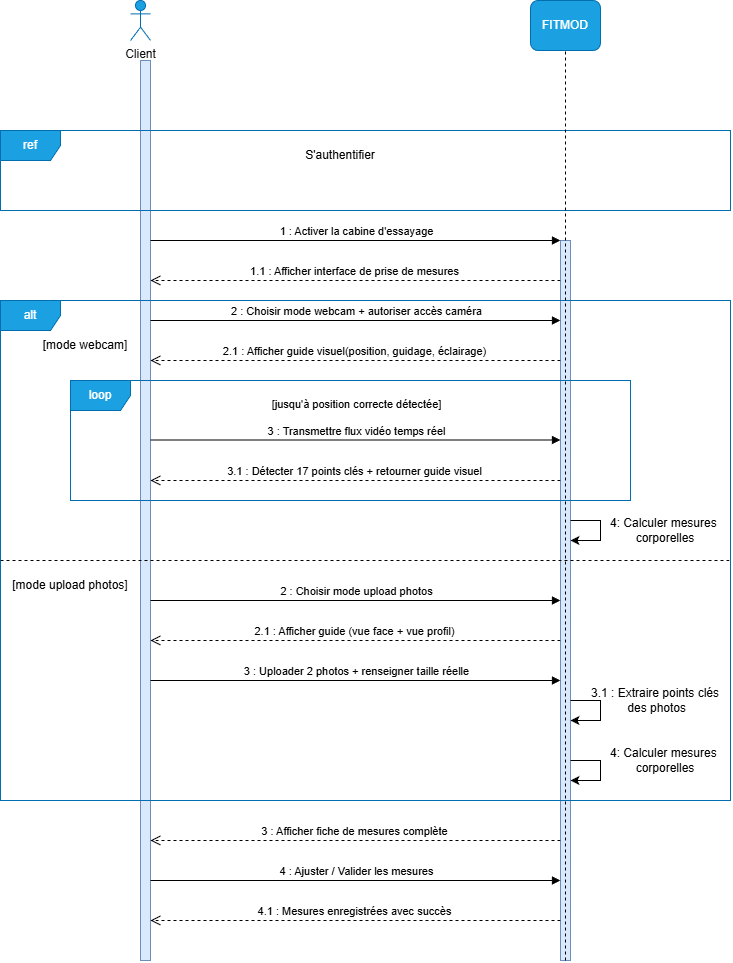
The draw.io diagram Prise_de_mesure_Sequence.png in Kim-SypherX/Soutenance, before a commit. Source tidied: cells renumbered, new cells last; positions are measured from the earlier drawing's top-left corner, leaving out a move shared by most shapes.
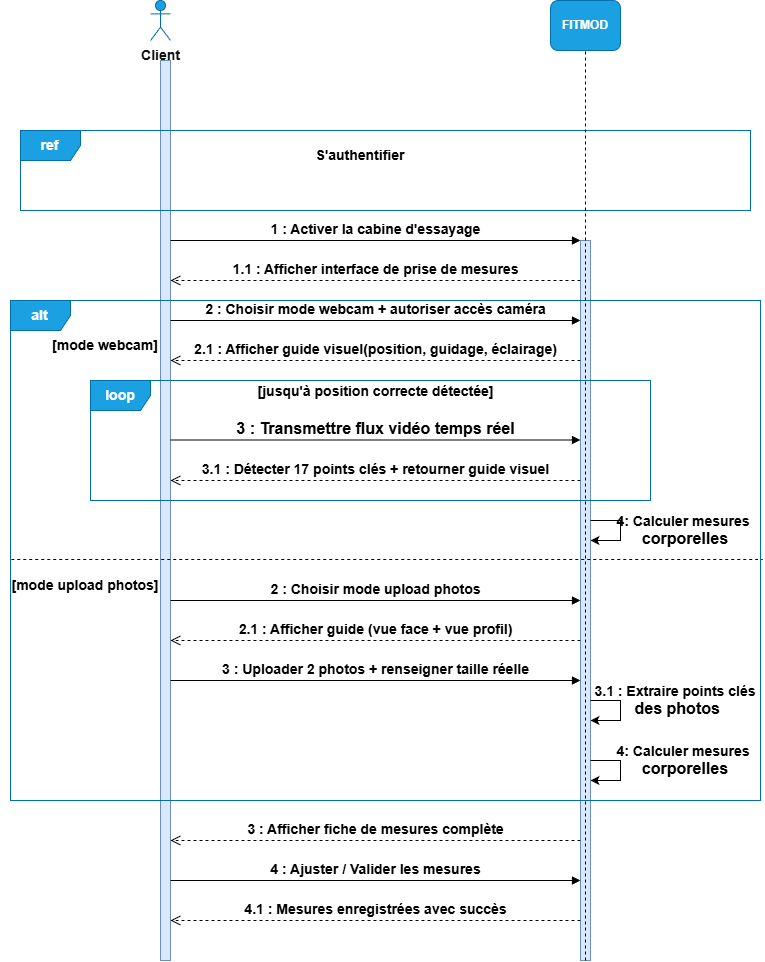
Above is the later version.

The edit, as a diff of the source:
```diff
@@ -8,53 +8,53 @@
     <mxCell id="3" style="html=1;points=[[0,0,0,0,5],[0,1,0,0,-5],[1,0,0,0,5],[1,1,0,0,-5]];perimeter=orthogonalPerimeter;outlineConnect=0;targetShapes=umlLifeline;portConstraint=eastwest;newEdgeStyle={&quot;curved&quot;:0,&quot;rounded&quot;:0};fillColor=#dae8fc;strokeColor=#6c8ebf;" parent="1" vertex="1">
       <mxGeometry x="560" y="240" width="10" height="720" as="geometry" />
     </mxCell>
-    <mxCell id="4" value="&lt;span style=&quot;color: rgb(17, 17, 17);&quot;&gt;Client&lt;/span&gt;" style="shape=umlActor;verticalLabelPosition=bottom;verticalAlign=top;html=1;fillColor=#1ba1e2;fontColor=#ffffff;strokeColor=#006EAF;" parent="1" vertex="1">
+    <mxCell id="4" value="&lt;span style=&quot;color: rgb(17, 17, 17);&quot;&gt;&lt;font style=&quot;font-size: 14px;&quot;&gt;&lt;b&gt;Client&lt;/b&gt;&lt;/font&gt;&lt;/span&gt;" style="shape=umlActor;verticalLabelPosition=bottom;verticalAlign=top;html=1;fillColor=#1ba1e2;fontColor=#ffffff;strokeColor=#006EAF;" parent="1" vertex="1">
       <mxGeometry x="130" width="20" height="40" as="geometry" />
     </mxCell>
-    <mxCell id="5" value="FITMOD" style="rounded=1;whiteSpace=wrap;html=1;fillColor=#1ba1e2;fontColor=#ffffff;strokeColor=#006EAF;" parent="1" vertex="1">
+    <mxCell id="5" value="&lt;font style=&quot;font-size: 12px;&quot;&gt;&lt;b&gt;FITMOD&lt;/b&gt;&lt;/font&gt;" style="rounded=1;whiteSpace=wrap;html=1;fillColor=#1ba1e2;fontColor=#ffffff;strokeColor=#006EAF;" parent="1" vertex="1">
       <mxGeometry x="530" width="70" height="50" as="geometry" />
     </mxCell>
-    <mxCell id="6" value="alt" style="shape=umlFrame;whiteSpace=wrap;html=1;fillColor=#1ba1e2;strokeColor=#006EAF;fontColor=#ffffff;" parent="1" vertex="1">
-      <mxGeometry y="300" width="730" height="500" as="geometry" />
+    <mxCell id="6" value="&lt;font style=&quot;font-size: 14px;&quot;&gt;&lt;b&gt;alt&lt;/b&gt;&lt;/font&gt;" style="shape=umlFrame;whiteSpace=wrap;html=1;fillColor=#1ba1e2;strokeColor=#006EAF;fontColor=#ffffff;" parent="1" vertex="1">
+      <mxGeometry x="-10" y="300" width="750" height="500" as="geometry" />
     </mxCell>
-    <mxCell id="7" value="S'authentifier" style="text;html=1;whiteSpace=wrap;strokeColor=none;fillColor=none;align=center;verticalAlign=middle;rounded=0;" parent="1" vertex="1">
+    <mxCell id="7" value="&lt;font style=&quot;font-size: 14px;&quot;&gt;&lt;b&gt;S'authentifier&lt;/b&gt;&lt;/font&gt;" style="text;html=1;whiteSpace=wrap;strokeColor=none;fillColor=none;align=center;verticalAlign=middle;rounded=0;" parent="1" vertex="1">
       <mxGeometry x="285" y="140" width="110" height="30" as="geometry" />
     </mxCell>
-    <mxCell id="8" value="1 : Activer la cabine d'essayage" style="html=1;verticalAlign=bottom;endArrow=block;curved=0;rounded=0;" parent="1" edge="1" target="3">
+    <mxCell id="8" value="&lt;b&gt;&lt;font style=&quot;font-size: 14px;&quot;&gt;1 : Activer la cabine d'essayage&lt;/font&gt;&lt;/b&gt;" style="html=1;verticalAlign=bottom;endArrow=block;curved=0;rounded=0;" parent="1" edge="1" target="3">
       <mxGeometry relative="1" as="geometry">
         <mxPoint x="150" y="240" as="sourcePoint" />
       </mxGeometry>
     </mxCell>
-    <mxCell id="9" value="1.1 : Afficher interface de prise de mesures" style="html=1;verticalAlign=bottom;endArrow=open;dashed=1;endSize=8;curved=0;rounded=0;" parent="1" edge="1" target="2">
+    <mxCell id="9" value="&lt;font style=&quot;font-size: 14px;&quot;&gt;&lt;b&gt;1.1 : Afficher interface de prise de mesures&lt;/b&gt;&lt;/font&gt;" style="html=1;verticalAlign=bottom;endArrow=open;dashed=1;endSize=8;curved=0;rounded=0;" parent="1" edge="1" target="2">
       <mxGeometry relative="1" as="geometry">
         <mxPoint x="560" y="280" as="sourcePoint" />
       </mxGeometry>
     </mxCell>
-    <mxCell id="10" value="ref" style="shape=umlFrame;whiteSpace=wrap;html=1;fillColor=#1ba1e2;strokeColor=#006EAF;fontColor=#ffffff;" parent="1" vertex="1">
+    <mxCell id="10" value="&lt;font style=&quot;font-size: 14px;&quot;&gt;&lt;b&gt;ref&lt;/b&gt;&lt;/font&gt;" style="shape=umlFrame;whiteSpace=wrap;html=1;fillColor=#1ba1e2;strokeColor=#006EAF;fontColor=#ffffff;" parent="1" vertex="1">
       <mxGeometry y="130" width="730" height="80" as="geometry" />
     </mxCell>
-    <mxCell id="11" value="2 : Choisir mode webcam + autoriser&amp;nbsp;accès caméra" style="html=1;verticalAlign=bottom;endArrow=block;curved=0;rounded=0;" parent="1" edge="1">
+    <mxCell id="11" value="&lt;b&gt;&lt;font style=&quot;font-size: 14px;&quot;&gt;2 : Choisir mode webcam + autoriser&amp;nbsp;accès caméra&lt;/font&gt;&lt;/b&gt;" style="html=1;verticalAlign=bottom;endArrow=block;curved=0;rounded=0;" parent="1" edge="1">
       <mxGeometry relative="1" as="geometry">
         <mxPoint x="150" y="320" as="sourcePoint" />
         <mxPoint x="560" y="320" as="targetPoint" />
       </mxGeometry>
     </mxCell>
-    <mxCell id="12" value="2.1 : Afficher guide visuel(position, guidage,&amp;nbsp;éclairage)" style="html=1;verticalAlign=bottom;endArrow=open;dashed=1;endSize=8;curved=0;rounded=0;" parent="1" edge="1">
+    <mxCell id="12" value="&lt;font style=&quot;font-size: 14px;&quot;&gt;&lt;b&gt;2.1 : Afficher guide visuel(position, guidage,&amp;nbsp;éclairage)&lt;/b&gt;&lt;/font&gt;" style="html=1;verticalAlign=bottom;endArrow=open;dashed=1;endSize=8;curved=0;rounded=0;" parent="1" edge="1">
       <mxGeometry relative="1" as="geometry">
         <mxPoint x="560" y="360" as="sourcePoint" />
         <mxPoint x="150" y="360" as="targetPoint" />
       </mxGeometry>
     </mxCell>
-    <mxCell id="13" value="loop" style="shape=umlFrame;whiteSpace=wrap;html=1;fillColor=#1ba1e2;strokeColor=#006EAF;fontColor=#ffffff;" parent="1" vertex="1">
+    <mxCell id="13" value="&lt;font style=&quot;font-size: 14px;&quot;&gt;&lt;b&gt;loop&lt;/b&gt;&lt;/font&gt;" style="shape=umlFrame;whiteSpace=wrap;html=1;fillColor=#1ba1e2;strokeColor=#006EAF;fontColor=#ffffff;" parent="1" vertex="1">
       <mxGeometry x="70" y="380" width="560" height="120" as="geometry" />
     </mxCell>
-    <mxCell id="14" value="[jusqu'à position correcte détectée]&lt;div&gt;&lt;br&gt;&lt;/div&gt;&lt;div&gt;3 :&amp;nbsp;Transmettre flux vidéo temps réel&lt;/div&gt;" style="html=1;verticalAlign=bottom;endArrow=block;curved=0;rounded=0;" parent="1" edge="1">
+    <mxCell id="14" value="&lt;font style=&quot;font-size: 14px;&quot;&gt;&lt;b&gt;[jusqu'à position correcte détectée]&lt;/b&gt;&lt;/font&gt;&lt;div&gt;&lt;font size=&quot;3&quot;&gt;&lt;b&gt;&lt;br&gt;&lt;/b&gt;&lt;/font&gt;&lt;/div&gt;&lt;div&gt;&lt;font size=&quot;3&quot;&gt;&lt;b&gt;3 :&amp;nbsp;Transmettre flux vidéo temps réel&lt;/b&gt;&lt;/font&gt;&lt;/div&gt;" style="html=1;verticalAlign=bottom;endArrow=block;curved=0;rounded=0;" parent="1" edge="1">
       <mxGeometry relative="1" as="geometry">
         <mxPoint x="150" y="439.5" as="sourcePoint" />
         <mxPoint x="560" y="439.5" as="targetPoint" />
       </mxGeometry>
     </mxCell>
-    <mxCell id="15" value="3.1 :&amp;nbsp;Détecter 17 points clés + retourner guide visuel" style="html=1;verticalAlign=bottom;endArrow=open;dashed=1;endSize=8;curved=0;rounded=0;" parent="1" edge="1">
+    <mxCell id="15" value="&lt;font style=&quot;font-size: 14px;&quot;&gt;&lt;b&gt;3.1 :&amp;nbsp;Détecter 17 points clés + retourner guide visuel&lt;/b&gt;&lt;/font&gt;" style="html=1;verticalAlign=bottom;endArrow=open;dashed=1;endSize=8;curved=0;rounded=0;" parent="1" edge="1">
       <mxGeometry relative="1" as="geometry">
         <mxPoint x="560" y="480" as="sourcePoint" />
         <mxPoint x="150" y="480" as="targetPoint" />
@@ -68,34 +68,31 @@
         </Array>
       </mxGeometry>
     </mxCell>
-    <mxCell id="17" style="endArrow=none;dashed=1;html=1;rounded=0;" parent="1" edge="1">
-      <mxGeometry relative="1" as="geometry">
-        <mxPoint y="560" as="sourcePoint" />
-        <mxPoint x="730" y="560" as="targetPoint" />
-      </mxGeometry>
+    <mxCell id="17" style="endArrow=none;dashed=1;html=1;rounded=0;exitX=0.001;exitY=0.518;exitDx=0;exitDy=0;exitPerimeter=0;entryX=1.003;entryY=0.518;entryDx=0;entryDy=0;entryPerimeter=0;" parent="1" edge="1" source="6" target="6">
+      <mxGeometry relative="1" as="geometry" />
     </mxCell>
-    <mxCell id="18" value="4: Calculer mesures&amp;nbsp;&lt;div&gt;corporelles&lt;/div&gt;" style="text;html=1;whiteSpace=wrap;strokeColor=none;fillColor=none;align=center;verticalAlign=middle;rounded=0;" parent="1" vertex="1">
-      <mxGeometry x="600" y="510" width="130" height="40" as="geometry" />
+    <mxCell id="18" value="&lt;b&gt;&lt;font style=&quot;font-size: 14px;&quot;&gt;4: Calculer mesures&amp;nbsp;&lt;/font&gt;&lt;/b&gt;&lt;div&gt;&lt;b&gt;&lt;font size=&quot;3&quot;&gt;corporelles&lt;/font&gt;&lt;/b&gt;&lt;/div&gt;" style="text;html=1;whiteSpace=wrap;strokeColor=none;fillColor=none;align=center;verticalAlign=middle;rounded=0;" parent="1" vertex="1">
+      <mxGeometry x="585" y="505" width="160" height="50" as="geometry" />
     </mxCell>
-    <mxCell id="19" value="[mode webcam]" style="text;html=1;whiteSpace=wrap;strokeColor=none;fillColor=none;align=center;verticalAlign=middle;rounded=0;" parent="1" vertex="1">
-      <mxGeometry x="30" y="330" width="110" height="30" as="geometry" />
+    <mxCell id="19" value="&lt;b&gt;&lt;font style=&quot;font-size: 14px;&quot;&gt;[mode webcam]&lt;/font&gt;&lt;/b&gt;" style="text;html=1;whiteSpace=wrap;strokeColor=none;fillColor=none;align=center;verticalAlign=middle;rounded=0;" parent="1" vertex="1">
+      <mxGeometry x="20" y="330" width="130" height="30" as="geometry" />
     </mxCell>
-    <mxCell id="20" value="[mode upload photos]" style="text;html=1;whiteSpace=wrap;strokeColor=none;fillColor=none;align=center;verticalAlign=middle;rounded=0;" parent="1" vertex="1">
-      <mxGeometry y="570" width="140" height="30" as="geometry" />
+    <mxCell id="20" value="&lt;b&gt;&lt;font style=&quot;font-size: 14px;&quot;&gt;[mode upload photos]&lt;/font&gt;&lt;/b&gt;" style="text;html=1;whiteSpace=wrap;strokeColor=none;fillColor=none;align=center;verticalAlign=middle;rounded=0;" parent="1" vertex="1">
+      <mxGeometry x="-20" y="570" width="170" height="30" as="geometry" />
     </mxCell>
-    <mxCell id="21" value="2 : Choisir mode upload photos" style="html=1;verticalAlign=bottom;endArrow=block;curved=0;rounded=0;" parent="1" edge="1">
+    <mxCell id="21" value="&lt;font style=&quot;font-size: 14px;&quot;&gt;&lt;b&gt;2 : Choisir mode upload photos&lt;/b&gt;&lt;/font&gt;" style="html=1;verticalAlign=bottom;endArrow=block;curved=0;rounded=0;" parent="1" edge="1">
       <mxGeometry relative="1" as="geometry">
         <mxPoint x="150" y="600" as="sourcePoint" />
         <mxPoint x="560" y="600" as="targetPoint" />
       </mxGeometry>
     </mxCell>
-    <mxCell id="22" value="2.1 : Afficher guide (vue face + vue profil)" style="html=1;verticalAlign=bottom;endArrow=open;dashed=1;endSize=8;curved=0;rounded=0;" parent="1" edge="1">
+    <mxCell id="22" value="&lt;font style=&quot;font-size: 14px;&quot;&gt;&lt;b&gt;2.1 : Afficher guide (vue face + vue profil)&lt;/b&gt;&lt;/font&gt;" style="html=1;verticalAlign=bottom;endArrow=open;dashed=1;endSize=8;curved=0;rounded=0;" parent="1" edge="1">
       <mxGeometry relative="1" as="geometry">
         <mxPoint x="560" y="640" as="sourcePoint" />
         <mxPoint x="150" y="640" as="targetPoint" />
       </mxGeometry>
     </mxCell>
-    <mxCell id="23" value="3 : Uploader 2 photos + renseigner taille réelle" style="html=1;verticalAlign=bottom;endArrow=block;curved=0;rounded=0;" parent="1" edge="1">
+    <mxCell id="23" value="&lt;font style=&quot;font-size: 14px;&quot;&gt;&lt;b&gt;3 : Uploader 2 photos + renseigner taille réelle&lt;/b&gt;&lt;/font&gt;" style="html=1;verticalAlign=bottom;endArrow=block;curved=0;rounded=0;" parent="1" edge="1">
       <mxGeometry relative="1" as="geometry">
         <mxPoint x="150" y="680" as="sourcePoint" />
         <mxPoint x="560" y="680" as="targetPoint" />
@@ -111,11 +108,11 @@
         </Array>
       </mxGeometry>
     </mxCell>
-    <mxCell id="25" value="&lt;div&gt;3.1 : Extraire points clés&lt;/div&gt;&lt;div&gt;&amp;nbsp;des photos&lt;/div&gt;" style="text;html=1;whiteSpace=wrap;strokeColor=none;fillColor=none;align=center;verticalAlign=middle;rounded=0;" parent="1" vertex="1">
-      <mxGeometry x="580" y="680" width="150" height="40" as="geometry" />
+    <mxCell id="25" value="&lt;div&gt;&lt;b&gt;&lt;font style=&quot;font-size: 14px;&quot;&gt;3.1 : Extraire points clés&lt;/font&gt;&lt;/b&gt;&lt;/div&gt;&lt;div&gt;&lt;b&gt;&lt;font size=&quot;3&quot;&gt;&amp;nbsp;des photos&lt;/font&gt;&lt;/b&gt;&lt;/div&gt;" style="text;html=1;whiteSpace=wrap;strokeColor=none;fillColor=none;align=center;verticalAlign=middle;rounded=0;" parent="1" vertex="1">
+      <mxGeometry x="565" y="675" width="180" height="50" as="geometry" />
     </mxCell>
-    <mxCell id="26" value="4: Calculer mesures&amp;nbsp;&lt;div&gt;corporelles&lt;/div&gt;" style="text;html=1;whiteSpace=wrap;strokeColor=none;fillColor=none;align=center;verticalAlign=middle;rounded=0;" parent="1" vertex="1">
-      <mxGeometry x="600" y="740" width="130" height="40" as="geometry" />
+    <mxCell id="26" value="&lt;b&gt;&lt;font style=&quot;font-size: 14px;&quot;&gt;4: Calculer mesures&amp;nbsp;&lt;/font&gt;&lt;/b&gt;&lt;div&gt;&lt;b&gt;&lt;font size=&quot;3&quot;&gt;corporelles&lt;/font&gt;&lt;/b&gt;&lt;/div&gt;" style="text;html=1;whiteSpace=wrap;strokeColor=none;fillColor=none;align=center;verticalAlign=middle;rounded=0;" parent="1" vertex="1">
+      <mxGeometry x="585" y="735" width="160" height="50" as="geometry" />
     </mxCell>
     <mxCell id="27" style="endArrow=classic;html=1;rounded=0;" parent="1" edge="1" target="3">
       <mxGeometry relative="1" as="geometry">
@@ -126,19 +123,19 @@
         </Array>
       </mxGeometry>
     </mxCell>
-    <mxCell id="28" value="3 : Afficher fiche de mesures complète" style="html=1;verticalAlign=bottom;endArrow=open;dashed=1;endSize=8;curved=0;rounded=0;" parent="1" edge="1">
+    <mxCell id="28" value="&lt;font style=&quot;font-size: 14px;&quot;&gt;&lt;b&gt;3 : Afficher fiche de mesures complète&lt;/b&gt;&lt;/font&gt;" style="html=1;verticalAlign=bottom;endArrow=open;dashed=1;endSize=8;curved=0;rounded=0;" parent="1" edge="1">
       <mxGeometry relative="1" as="geometry">
         <mxPoint x="560" y="840" as="sourcePoint" />
         <mxPoint x="150" y="840" as="targetPoint" />
       </mxGeometry>
     </mxCell>
-    <mxCell id="29" value="4 : Ajuster / Valider les mesures" style="html=1;verticalAlign=bottom;endArrow=block;curved=0;rounded=0;" parent="1" edge="1">
+    <mxCell id="29" value="&lt;b&gt;&lt;font style=&quot;font-size: 14px;&quot;&gt;4 : Ajuster / Valider les mesures&lt;/font&gt;&lt;/b&gt;" style="html=1;verticalAlign=bottom;endArrow=block;curved=0;rounded=0;" parent="1" edge="1">
       <mxGeometry relative="1" as="geometry">
         <mxPoint x="150" y="880" as="sourcePoint" />
         <mxPoint x="560" y="880" as="targetPoint" />
       </mxGeometry>
     </mxCell>
-    <mxCell id="30" value="4.1 : Mesures enregistrées avec succès" style="html=1;verticalAlign=bottom;endArrow=open;dashed=1;endSize=8;curved=0;rounded=0;" parent="1" edge="1">
+    <mxCell id="30" value="&lt;font style=&quot;font-size: 14px;&quot;&gt;&lt;b&gt;4.1 : Mesures enregistrées avec succès&lt;/b&gt;&lt;/font&gt;" style="html=1;verticalAlign=bottom;endArrow=open;dashed=1;endSize=8;curved=0;rounded=0;" parent="1" edge="1">
       <mxGeometry relative="1" as="geometry">
         <mxPoint x="560" y="920" as="sourcePoint" />
         <mxPoint x="150" y="920" as="targetPoint" />
```
